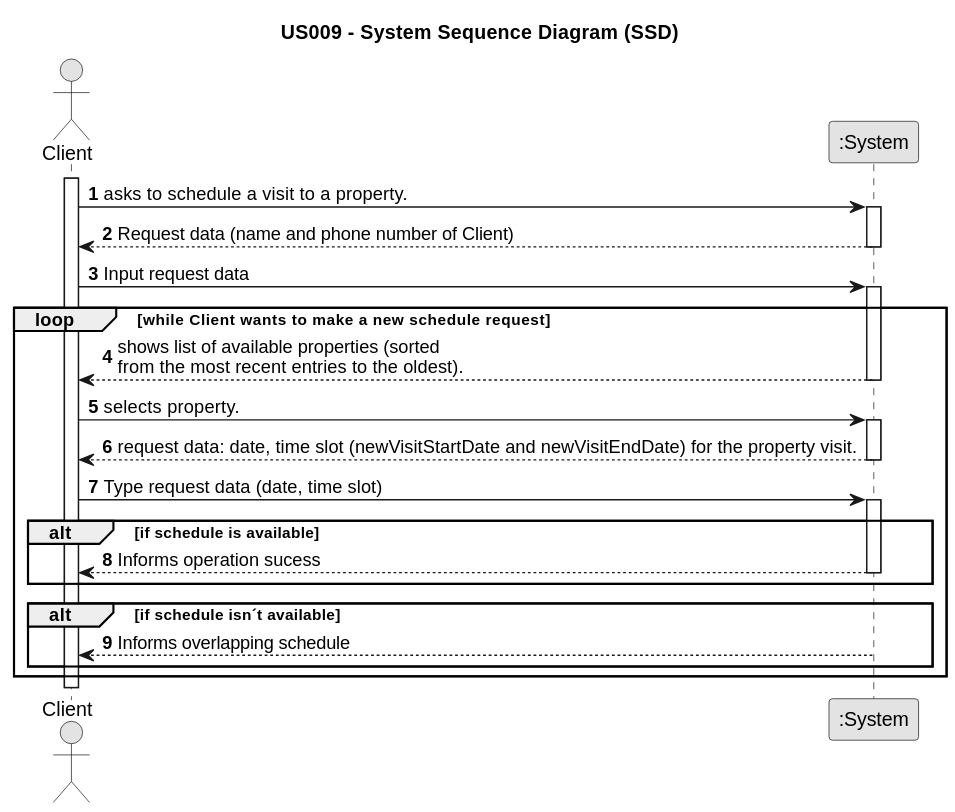
This is docs/sprintD/us009/01.requirements-engineering/svg/us009-system-sequence-diagram-US009___System_Sequence_Diagram__SSD_.svg from 1220812/LAPR2, a PlantUML export, as it was before one commit.
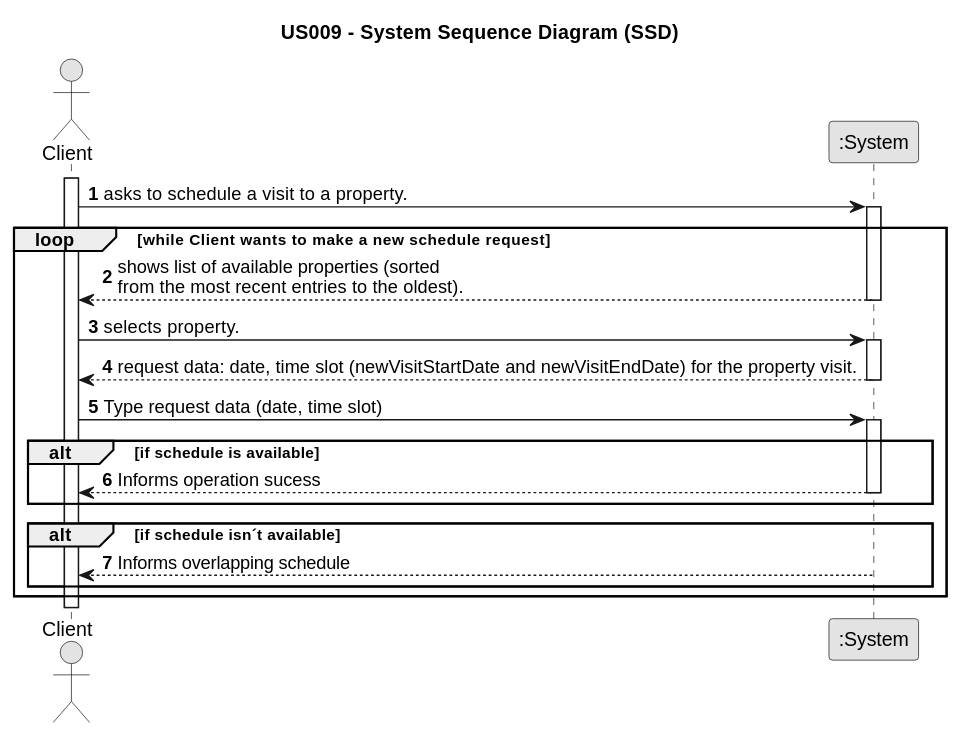
The same diagram one commit later.

Diff of the diagram source:
```diff
@@ -13,12 +13,6 @@
 activate Customer
 
     Customer -> System : asks to schedule a visit to a property.
-    activate System
-
-    System --> Customer : Request data (name and phone number of Client)
-    deactivate System
-
-    Customer -> System : Input request data
     activate System
 
     loop while Client wants to make a new schedule request
```
